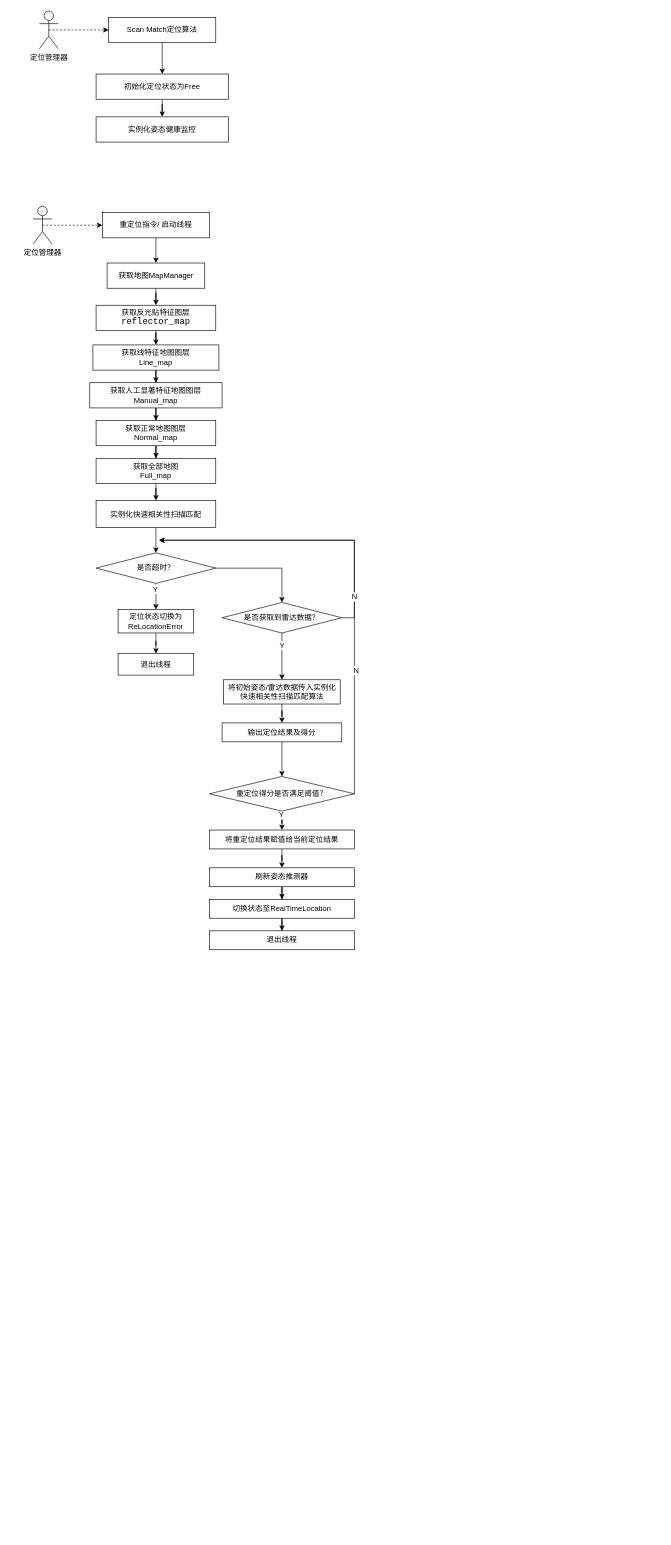
Above: page "Scan Match" (3 of 4) of 定位调用.drawio in sdu-rjy/doc (draw.io), before the change. Source tidied: cells renumbered, new cells numbered last; positions are measured from the earlier drawing's top-left corner, leaving out a move shared by most shapes. Both pictures are drawn from the tidied source at 63%, with x=0, y=0 at pixel (33, 11).
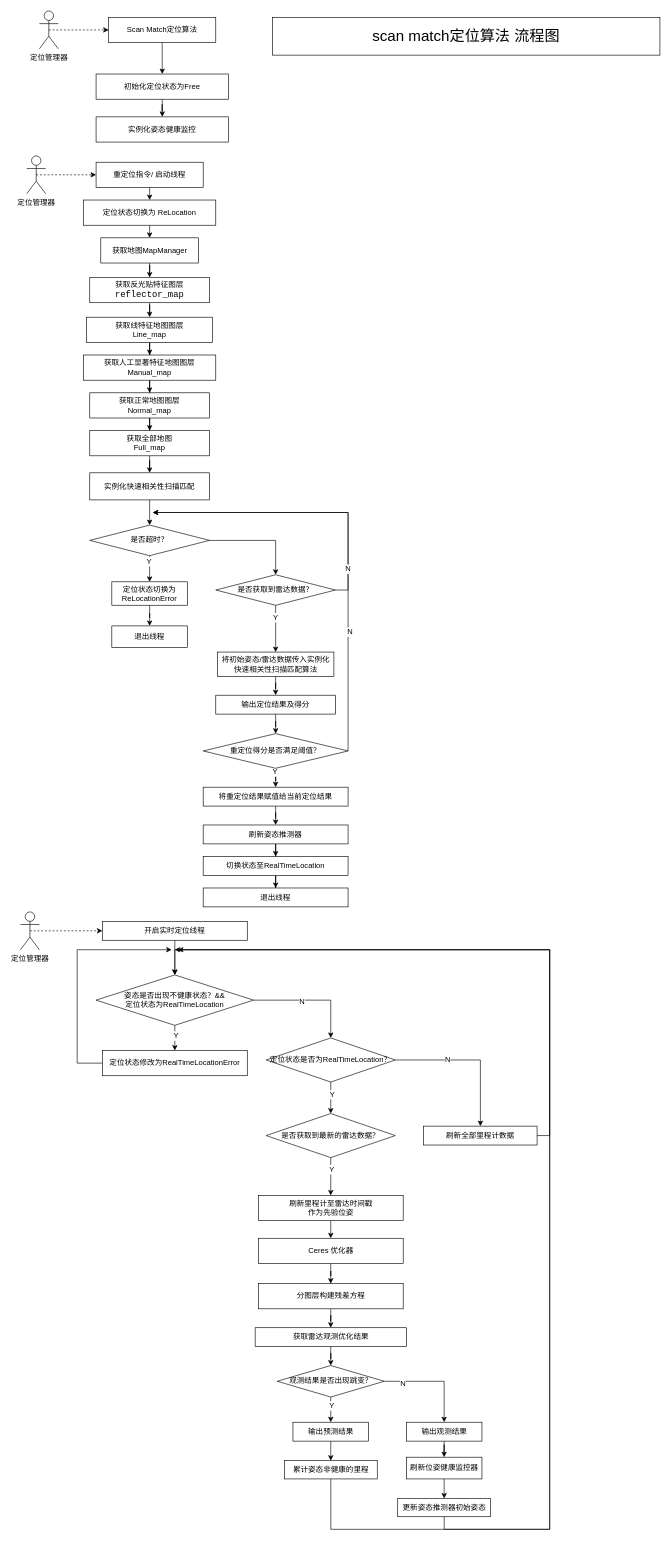
Above is the later version.

Change to the diagram source:
```diff
@@
     <mxCell id="2" style="edgeStyle=orthogonalEdgeStyle;rounded=0;jettySize=auto;html=1;exitX=1;exitY=0.5;exitDx=0;exitDy=0;fontFamily=Helvetica;fontSize=12;fontColor=default;" parent="1" edge="1" source="48">
       <mxGeometry relative="1" as="geometry">
-        <mxPoint x="200" y="840" as="targetPoint" />
+        <mxPoint x="190" y="796" as="targetPoint" />
         <Array as="points">
-          <mxPoint x="510" y="840" />
+          <mxPoint x="500" y="796" />
         </Array>
       </mxGeometry>
     </mxCell>
@@
     <mxCell id="13" value="定位管理器" style="shape=umlActor;verticalLabelPosition=bottom;verticalAlign=top;html=1;outlineConnect=0;" parent="1" vertex="1">
-      <mxGeometry y="310" width="30" height="60" as="geometry" />
+      <mxGeometry x="-10" y="230" width="30" height="60" as="geometry" />
     </mxCell>
-    <mxCell id="14" style="edgeStyle=orthogonalEdgeStyle;rounded=0;jettySize=auto;html=1;" parent="1" edge="1" source="15" target="17">
-      <mxGeometry relative="1" as="geometry" />
-    </mxCell>
+    <mxCell id="56" style="edgeStyle=orthogonalEdgeStyle;rounded=0;jettySize=auto;html=1;exitX=0.5;exitY=1;exitDx=0;exitDy=0;entryX=0.5;entryY=0;entryDx=0;entryDy=0;fontFamily=Helvetica;fontSize=12;fontColor=default;" parent="1" edge="1" source="15" target="103">
+      <mxGeometry relative="1" as="geometry" />
+    </mxCell>
     <mxCell id="15" value="重定位指令/ 启动线程" style="rounded=0;whiteSpace=wrap;html=1;" parent="1" vertex="1">
-      <mxGeometry x="110" y="320" width="170" height="40" as="geometry" />
+      <mxGeometry x="100" y="240" width="170" height="40" as="geometry" />
     </mxCell>
@@
     <mxCell id="17" value="获取地图MapManager" style="whiteSpace=wrap;html=1;rounded=0;" parent="1" vertex="1">
-      <mxGeometry x="117.5" y="400" width="155" height="40" as="geometry" />
+      <mxGeometry x="107.5" y="360" width="155" height="40" as="geometry" />
     </mxCell>
@@
     <mxCell id="19" value="获取反光贴特征图层&lt;font style=&quot;color: light-dark(rgb(0, 0, 0), rgb(25, 25, 20));&quot; face=&quot;Consolas, Courier New, monospace&quot;&gt;&lt;span style=&quot;font-size: 14px; white-space: pre;&quot;&gt;reflector_map&lt;/span&gt;&lt;/font&gt;" style="whiteSpace=wrap;html=1;rounded=0;" parent="1" vertex="1">
-      <mxGeometry x="100" y="467" width="190" height="40" as="geometry" />
+      <mxGeometry x="90" y="423" width="190" height="40" as="geometry" />
     </mxCell>
@@
     <mxCell id="21" value="获取线特征地图图层&lt;div&gt;Line_map&lt;/div&gt;" style="whiteSpace=wrap;html=1;rounded=0;" parent="1" vertex="1">
-      <mxGeometry x="95" y="530" width="200" height="40" as="geometry" />
+      <mxGeometry x="85" y="486" width="200" height="40" as="geometry" />
     </mxCell>
@@
     <mxCell id="23" value="获取人工显著特征地图图层&lt;div&gt;Manual_map&lt;/div&gt;" style="whiteSpace=wrap;html=1;rounded=0;" parent="1" vertex="1">
-      <mxGeometry x="90" y="590" width="210" height="40" as="geometry" />
+      <mxGeometry x="80" y="546" width="210" height="40" as="geometry" />
     </mxCell>
@@
     <mxCell id="25" value="获取正常地图图层&lt;div&gt;Normal_map&lt;/div&gt;" style="whiteSpace=wrap;html=1;rounded=0;" parent="1" vertex="1">
-      <mxGeometry x="100" y="650" width="190" height="40" as="geometry" />
+      <mxGeometry x="90" y="606" width="190" height="40" as="geometry" />
     </mxCell>
@@
     <mxCell id="27" value="获取全部地图&lt;div&gt;Full_map&lt;/div&gt;" style="whiteSpace=wrap;html=1;rounded=0;" parent="1" vertex="1">
-      <mxGeometry x="100" y="710" width="190" height="40" as="geometry" />
+      <mxGeometry x="90" y="666" width="190" height="40" as="geometry" />
     </mxCell>
@@
     <mxCell id="29" value="实例化快速相关性扫描匹配" style="rounded=0;whiteSpace=wrap;html=1;" parent="1" vertex="1">
-      <mxGeometry x="100" y="777" width="190" height="43" as="geometry" />
+      <mxGeometry x="90" y="733" width="190" height="43" as="geometry" />
     </mxCell>
@@
     <mxCell id="33" value="是否超时？" style="rhombus;whiteSpace=wrap;html=1;rounded=0;" parent="1" vertex="1">
-      <mxGeometry x="100" y="860" width="190" height="48.5" as="geometry" />
+      <mxGeometry x="90" y="816" width="190" height="48.5" as="geometry" />
     </mxCell>
@@
     <mxCell id="35" value="&lt;div&gt;定位状态切换为&lt;/div&gt;&lt;div&gt;ReLocationError&lt;/div&gt;" style="whiteSpace=wrap;html=1;rounded=0;" parent="1" vertex="1">
-      <mxGeometry x="135" y="950" width="120" height="37.2" as="geometry" />
+      <mxGeometry x="125" y="906" width="120" height="37.2" as="geometry" />
     </mxCell>
     <mxCell id="36" value="退出线程" style="whiteSpace=wrap;html=1;rounded=0;" parent="1" vertex="1">
-      <mxGeometry x="135" y="1020" width="120" height="34.1" as="geometry" />
+      <mxGeometry x="125" y="976" width="120" height="34.1" as="geometry" />
     </mxCell>
@@
     <mxCell id="39" style="edgeStyle=orthogonalEdgeStyle;rounded=0;jettySize=auto;html=1;exitX=1;exitY=0.5;exitDx=0;exitDy=0;fontFamily=Helvetica;fontSize=12;fontColor=default;" parent="1" edge="1" source="41">
       <mxGeometry relative="1" as="geometry">
-        <mxPoint x="200" y="840" as="targetPoint" />
+        <mxPoint x="190" y="796" as="targetPoint" />
         <Array as="points">
-          <mxPoint x="510" y="963" />
-          <mxPoint x="510" y="840" />
-          <mxPoint x="200" y="840" />
+          <mxPoint x="500" y="919" />
+          <mxPoint x="500" y="796" />
+          <mxPoint x="190" y="796" />
         </Array>
       </mxGeometry>
     </mxCell>
@@
     <mxCell id="41" value="是否获取到雷达数据？" style="rhombus;whiteSpace=wrap;html=1;rounded=0;" parent="1" vertex="1">
-      <mxGeometry x="300" y="938.8" width="190" height="48.5" as="geometry" />
+      <mxGeometry x="290" y="894.8" width="190" height="48.5" as="geometry" />
     </mxCell>
@@
     <mxCell id="43" value="将初始姿态/雷达数据传入实例化快速相关性扫描匹配算法" style="whiteSpace=wrap;html=1;rounded=0;" parent="1" vertex="1">
-      <mxGeometry x="302.5" y="1061.5" width="185" height="38.5" as="geometry" />
+      <mxGeometry x="292.5" y="1017.5" width="185" height="38.5" as="geometry" />
     </mxCell>
@@
     <mxCell id="45" value="输出定位结果及得分" style="rounded=0;whiteSpace=wrap;html=1;" parent="1" vertex="1">
-      <mxGeometry x="300" y="1130" width="190" height="30" as="geometry" />
+      <mxGeometry x="290" y="1086" width="190" height="30" as="geometry" />
     </mxCell>
@@
     <mxCell id="48" value="重定位得分是否满足阈值？" style="rhombus;whiteSpace=wrap;html=1;rounded=0;" parent="1" vertex="1">
-      <mxGeometry x="280" y="1215" width="230" height="55" as="geometry" />
+      <mxGeometry x="270" y="1147" width="230" height="55" as="geometry" />
     </mxCell>
@@
     <mxCell id="50" value="将重定位结果赋值给当前定位结果" style="rounded=0;whiteSpace=wrap;html=1;" parent="1" vertex="1">
-      <mxGeometry x="280" y="1300" width="230" height="30" as="geometry" />
+      <mxGeometry x="270" y="1232" width="230" height="30" as="geometry" />
     </mxCell>
@@
     <mxCell id="52" value="刷新姿态推测器" style="whiteSpace=wrap;html=1;rounded=0;" parent="1" vertex="1">
-      <mxGeometry x="280" y="1360" width="230" height="30" as="geometry" />
+      <mxGeometry x="270" y="1292" width="230" height="30" as="geometry" />
     </mxCell>
@@
     <mxCell id="54" value="切换状态至RealTimeLocation" style="rounded=0;whiteSpace=wrap;html=1;" parent="1" vertex="1">
-      <mxGeometry x="280" y="1410" width="230" height="30" as="geometry" />
+      <mxGeometry x="270" y="1342" width="230" height="30" as="geometry" />
     </mxCell>
     <mxCell id="55" value="退出线程" style="whiteSpace=wrap;html=1;rounded=0;" parent="1" vertex="1">
-      <mxGeometry x="280" y="1460" width="230" height="30" as="geometry" />
+      <mxGeometry x="270" y="1392" width="230" height="30" as="geometry" />
     </mxCell>
+    <mxCell id="57" style="edgeStyle=orthogonalEdgeStyle;rounded=0;jettySize=auto;html=1;exitX=0.5;exitY=0.5;exitDx=0;exitDy=0;exitPerimeter=0;fontFamily=Helvetica;fontSize=12;fontColor=default;dashed=1;" parent="1" edge="1" source="58" target="60">
+      <mxGeometry relative="1" as="geometry" />
+    </mxCell>
+    <mxCell id="58" value="定位管理器" style="shape=umlActor;verticalLabelPosition=bottom;verticalAlign=top;html=1;outlineConnect=0;" parent="1" vertex="1">
+      <mxGeometry x="-20" y="1430" width="30" height="60" as="geometry" />
+    </mxCell>
+    <mxCell id="59" style="edgeStyle=orthogonalEdgeStyle;rounded=0;jettySize=auto;html=1;fontFamily=Helvetica;fontSize=12;fontColor=default;" parent="1" edge="1" source="60" target="65">
+      <mxGeometry relative="1" as="geometry" />
+    </mxCell>
+    <mxCell id="60" value="开启实时定位线程" style="whiteSpace=wrap;html=1;rounded=0;" parent="1" vertex="1">
+      <mxGeometry x="110" y="1445" width="230" height="30" as="geometry" />
+    </mxCell>
+    <mxCell id="61" style="edgeStyle=orthogonalEdgeStyle;rounded=0;jettySize=auto;html=1;fontFamily=Helvetica;fontSize=12;fontColor=default;" parent="1" edge="1" source="65" target="67">
+      <mxGeometry relative="1" as="geometry" />
+    </mxCell>
+    <mxCell id="62" value="Y" style="edgeLabel;html=1;align=center;verticalAlign=middle;rounded=0;strokeColor=default;fontFamily=Helvetica;fontSize=12;fontColor=default;fillColor=default;" parent="61" vertex="1">
+      <mxGeometry x="-0.19" y="1" relative="1" as="geometry" />
+    </mxCell>
+    <mxCell id="63" style="edgeStyle=orthogonalEdgeStyle;rounded=0;jettySize=auto;html=1;fontFamily=Helvetica;fontSize=12;fontColor=default;" parent="1" edge="1" source="65" target="72">
+      <mxGeometry relative="1" as="geometry" />
+    </mxCell>
+    <mxCell id="64" value="N" style="edgeLabel;html=1;align=center;verticalAlign=middle;rounded=0;strokeColor=default;fontFamily=Helvetica;fontSize=12;fontColor=default;fillColor=default;" parent="63" vertex="1">
+      <mxGeometry x="-0.17" y="-2" relative="1" as="geometry" />
+    </mxCell>
+    <mxCell id="65" value="&lt;div&gt;姿态是否出现不健康状态？&amp;amp;&amp;amp;&lt;/div&gt;&lt;div&gt;定位状态为RealTimeLocation&lt;/div&gt;" style="rhombus;whiteSpace=wrap;html=1;rounded=0;" parent="1" vertex="1">
+      <mxGeometry x="100" y="1530" width="250" height="80" as="geometry" />
+    </mxCell>
+    <mxCell id="66" style="edgeStyle=orthogonalEdgeStyle;rounded=0;jettySize=auto;html=1;exitX=0;exitY=0.5;exitDx=0;exitDy=0;fontFamily=Helvetica;fontSize=12;fontColor=default;" parent="1" edge="1" source="67">
+      <mxGeometry relative="1" as="geometry">
+        <mxPoint x="220" y="1490" as="targetPoint" />
+        <Array as="points">
+          <mxPoint x="70" y="1670" />
+          <mxPoint x="70" y="1490" />
+        </Array>
+      </mxGeometry>
+    </mxCell>
+    <mxCell id="67" value="定位状态修改为RealTimeLocationError" style="rounded=0;whiteSpace=wrap;html=1;" parent="1" vertex="1">
+      <mxGeometry x="110" y="1650" width="230" height="40" as="geometry" />
+    </mxCell>
+    <mxCell id="68" style="edgeStyle=orthogonalEdgeStyle;rounded=0;jettySize=auto;html=1;exitX=0.5;exitY=1;exitDx=0;exitDy=0;entryX=0.5;entryY=0;entryDx=0;entryDy=0;fontFamily=Helvetica;fontSize=12;fontColor=default;" parent="1" edge="1" source="72" target="75">
+      <mxGeometry relative="1" as="geometry" />
+    </mxCell>
+    <mxCell id="69" value="Y" style="edgeLabel;html=1;align=center;verticalAlign=middle;rounded=0;strokeColor=default;fontFamily=Helvetica;fontSize=12;fontColor=default;fillColor=default;" parent="68" vertex="1">
+      <mxGeometry x="-0.24" y="2" relative="1" as="geometry" />
+    </mxCell>
+    <mxCell id="70" style="edgeStyle=orthogonalEdgeStyle;rounded=0;jettySize=auto;html=1;fontFamily=Helvetica;fontSize=12;fontColor=default;" parent="1" edge="1" source="72" target="100">
+      <mxGeometry relative="1" as="geometry" />
+    </mxCell>
+    <mxCell id="71" value="N" style="edgeLabel;html=1;align=center;verticalAlign=middle;rounded=0;strokeColor=default;fontFamily=Helvetica;fontSize=12;fontColor=default;fillColor=default;" parent="70" vertex="1">
+      <mxGeometry x="-0.32" y="2" relative="1" as="geometry" />
+    </mxCell>
+    <mxCell id="72" value="定位状态是否为RealTimeLocation？" style="rhombus;whiteSpace=wrap;html=1;rounded=0;" parent="1" vertex="1">
+      <mxGeometry x="370" y="1630" width="205" height="70" as="geometry" />
+    </mxCell>
+    <mxCell id="73" style="edgeStyle=orthogonalEdgeStyle;rounded=0;jettySize=auto;html=1;fontFamily=Helvetica;fontSize=12;fontColor=default;" parent="1" edge="1" source="75" target="77">
+      <mxGeometry relative="1" as="geometry" />
+    </mxCell>
+    <mxCell id="74" value="Y" style="edgeLabel;html=1;align=center;verticalAlign=middle;rounded=0;strokeColor=default;fontFamily=Helvetica;fontSize=12;fontColor=default;fillColor=default;" parent="73" vertex="1">
+      <mxGeometry x="-0.4" y="1" relative="1" as="geometry" />
+    </mxCell>
+    <mxCell id="75" value="是否获取到最新的雷达数据？" style="rhombus;whiteSpace=wrap;html=1;rounded=0;" parent="1" vertex="1">
+      <mxGeometry x="370" y="1750" width="205" height="70" as="geometry" />
+    </mxCell>
+    <mxCell id="76" style="edgeStyle=orthogonalEdgeStyle;rounded=0;jettySize=auto;html=1;exitX=0.5;exitY=1;exitDx=0;exitDy=0;entryX=0.5;entryY=0;entryDx=0;entryDy=0;fontFamily=Helvetica;fontSize=12;fontColor=default;" parent="1" edge="1" source="77" target="79">
+      <mxGeometry relative="1" as="geometry" />
+    </mxCell>
+    <mxCell id="77" value="&lt;div&gt;刷新里程计至雷达时间戳&lt;/div&gt;&lt;div&gt;作为先验位姿&lt;/div&gt;" style="whiteSpace=wrap;html=1;rounded=0;" parent="1" vertex="1">
+      <mxGeometry x="357.5" y="1880" width="230" height="40" as="geometry" />
+    </mxCell>
+    <mxCell id="78" style="edgeStyle=orthogonalEdgeStyle;rounded=0;jettySize=auto;html=1;fontFamily=Helvetica;fontSize=12;fontColor=default;" parent="1" edge="1" source="79" target="81">
+      <mxGeometry relative="1" as="geometry" />
+    </mxCell>
+    <mxCell id="79" value="Ceres 优化器" style="whiteSpace=wrap;html=1;rounded=0;" parent="1" vertex="1">
+      <mxGeometry x="357.5" y="1948" width="230" height="40" as="geometry" />
+    </mxCell>
+    <mxCell id="80" style="edgeStyle=orthogonalEdgeStyle;rounded=0;jettySize=auto;html=1;fontFamily=Helvetica;fontSize=12;fontColor=default;" parent="1" edge="1" source="81" target="83">
+      <mxGeometry relative="1" as="geometry" />
+    </mxCell>
+    <mxCell id="81" value="分图层构建残差方程" style="whiteSpace=wrap;html=1;rounded=0;" parent="1" vertex="1">
+      <mxGeometry x="357.5" y="2020" width="230" height="40" as="geometry" />
+    </mxCell>
+    <mxCell id="82" style="edgeStyle=orthogonalEdgeStyle;rounded=0;jettySize=auto;html=1;fontFamily=Helvetica;fontSize=12;fontColor=default;" parent="1" edge="1" source="83" target="88">
+      <mxGeometry relative="1" as="geometry" />
+    </mxCell>
+    <mxCell id="83" value="获取雷达观测优化结果" style="whiteSpace=wrap;html=1;rounded=0;" parent="1" vertex="1">
+      <mxGeometry x="352.5" y="2090" width="240" height="30" as="geometry" />
+    </mxCell>
+    <mxCell id="84" style="edgeStyle=orthogonalEdgeStyle;rounded=0;jettySize=auto;html=1;fontFamily=Helvetica;fontSize=12;fontColor=default;" parent="1" edge="1" source="88" target="90">
+      <mxGeometry relative="1" as="geometry" />
+    </mxCell>
+    <mxCell id="85" value="Y" style="edgeLabel;html=1;align=center;verticalAlign=middle;rounded=0;strokeColor=default;fontFamily=Helvetica;fontSize=12;fontColor=default;fillColor=default;" parent="84" vertex="1">
+      <mxGeometry x="-0.36" y="1" relative="1" as="geometry" />
+    </mxCell>
+    <mxCell id="86" style="edgeStyle=orthogonalEdgeStyle;rounded=0;jettySize=auto;html=1;fontFamily=Helvetica;fontSize=12;fontColor=default;" parent="1" edge="1" source="88" target="94">
+      <mxGeometry relative="1" as="geometry" />
+    </mxCell>
+    <mxCell id="87" value="N" style="edgeLabel;html=1;align=center;verticalAlign=middle;rounded=0;strokeColor=default;fontFamily=Helvetica;fontSize=12;fontColor=default;fillColor=default;" parent="86" vertex="1">
+      <mxGeometry x="-0.64" y="-3" relative="1" as="geometry" />
+    </mxCell>
+    <mxCell id="88" value="观测结果是否出现跳变？" style="rhombus;whiteSpace=wrap;html=1;rounded=0;" parent="1" vertex="1">
+      <mxGeometry x="387.5" y="2150" width="170" height="50" as="geometry" />
+    </mxCell>
+    <mxCell id="89" style="edgeStyle=orthogonalEdgeStyle;rounded=0;jettySize=auto;html=1;fontFamily=Helvetica;fontSize=12;fontColor=default;" parent="1" edge="1" source="90" target="92">
+      <mxGeometry relative="1" as="geometry" />
+    </mxCell>
+    <mxCell id="90" value="输出预测结果" style="whiteSpace=wrap;html=1;rounded=0;" parent="1" vertex="1">
+      <mxGeometry x="412.5" y="2240" width="120" height="30" as="geometry" />
+    </mxCell>
+    <mxCell id="91" style="edgeStyle=orthogonalEdgeStyle;rounded=0;jettySize=auto;html=1;exitX=0.5;exitY=1;exitDx=0;exitDy=0;entryX=0.5;entryY=0;entryDx=0;entryDy=0;fontFamily=Helvetica;fontSize=12;fontColor=default;" parent="1" edge="1" source="92" target="65">
+      <mxGeometry relative="1" as="geometry">
+        <Array as="points">
+          <mxPoint x="473" y="2410" />
+          <mxPoint x="820" y="2410" />
+          <mxPoint x="820" y="1490" />
+          <mxPoint x="225" y="1490" />
+        </Array>
+      </mxGeometry>
+    </mxCell>
+    <mxCell id="92" value="累计姿态非健康的里程" style="whiteSpace=wrap;html=1;rounded=0;" parent="1" vertex="1">
+      <mxGeometry x="398.8" y="2301" width="147.5" height="29" as="geometry" />
+    </mxCell>
+    <mxCell id="93" style="edgeStyle=orthogonalEdgeStyle;rounded=0;jettySize=auto;html=1;fontFamily=Helvetica;fontSize=12;fontColor=default;" parent="1" edge="1" source="94" target="96">
+      <mxGeometry relative="1" as="geometry" />
+    </mxCell>
+    <mxCell id="94" value="输出观测结果" style="whiteSpace=wrap;html=1;rounded=0;" parent="1" vertex="1">
+      <mxGeometry x="592.5" y="2240" width="120" height="30" as="geometry" />
+    </mxCell>
+    <mxCell id="95" style="edgeStyle=orthogonalEdgeStyle;rounded=0;jettySize=auto;html=1;fontFamily=Helvetica;fontSize=12;fontColor=default;" parent="1" edge="1" source="96" target="98">
+      <mxGeometry relative="1" as="geometry" />
+    </mxCell>
+    <mxCell id="96" value="刷新位姿健康监控器" style="rounded=0;whiteSpace=wrap;html=1;" parent="1" vertex="1">
+      <mxGeometry x="592.5" y="2295.5" width="120" height="34.5" as="geometry" />
+    </mxCell>
+    <mxCell id="97" style="edgeStyle=orthogonalEdgeStyle;rounded=0;jettySize=auto;html=1;exitX=0.5;exitY=1;exitDx=0;exitDy=0;fontFamily=Helvetica;fontSize=12;fontColor=default;" parent="1" edge="1" source="98">
+      <mxGeometry relative="1" as="geometry">
+        <mxPoint x="225" y="1490" as="targetPoint" />
+        <Array as="points">
+          <mxPoint x="652" y="2410" />
+          <mxPoint x="820" y="2410" />
+          <mxPoint x="820" y="1490" />
+        </Array>
+      </mxGeometry>
+    </mxCell>
+    <mxCell id="98" value="更新姿态推测器初始姿态" style="whiteSpace=wrap;html=1;rounded=0;" parent="1" vertex="1">
+      <mxGeometry x="578.8" y="2361" width="147.5" height="29" as="geometry" />
+    </mxCell>
+    <mxCell id="99" style="edgeStyle=orthogonalEdgeStyle;rounded=0;jettySize=auto;html=1;exitX=1;exitY=0.5;exitDx=0;exitDy=0;fontFamily=Helvetica;fontSize=12;fontColor=default;" parent="1" edge="1" source="100">
+      <mxGeometry relative="1" as="geometry">
+        <mxPoint x="230" y="1490" as="targetPoint" />
+        <Array as="points">
+          <mxPoint x="820" y="1785" />
+          <mxPoint x="820" y="1490" />
+        </Array>
+      </mxGeometry>
+    </mxCell>
+    <mxCell id="100" value="刷新全部里程计数据" style="whiteSpace=wrap;html=1;rounded=0;" parent="1" vertex="1">
+      <mxGeometry x="620" y="1770" width="180" height="30" as="geometry" />
+    </mxCell>
+    <mxCell id="101" style="edgeStyle=orthogonalEdgeStyle;rounded=0;orthogonalLoop=1;jettySize=auto;html=1;exitX=0.5;exitY=1;exitDx=0;exitDy=0;fontFamily=Helvetica;fontSize=12;fontColor=default;" parent="1" edge="1" source="100" target="100">
+      <mxGeometry relative="1" as="geometry" />
+    </mxCell>
+    <mxCell id="102" style="edgeStyle=orthogonalEdgeStyle;rounded=0;jettySize=auto;html=1;exitX=0.5;exitY=1;exitDx=0;exitDy=0;entryX=0.5;entryY=0;entryDx=0;entryDy=0;fontFamily=Helvetica;fontSize=12;fontColor=default;" parent="1" edge="1" source="103" target="17">
+      <mxGeometry relative="1" as="geometry" />
+    </mxCell>
+    <mxCell id="103" value="&lt;div&gt;定位状态切换为&amp;nbsp;&lt;span style=&quot;background-color: transparent; color: light-dark(rgb(0, 0, 0), rgb(255, 255, 255));&quot;&gt;ReLocation&lt;/span&gt;&lt;/div&gt;" style="whiteSpace=wrap;html=1;rounded=0;" parent="1" vertex="1">
+      <mxGeometry x="80" y="300" width="210" height="40" as="geometry" />
+    </mxCell>
+    <mxCell id="104" value="&lt;font style=&quot;font-size: 24px;&quot;&gt;scan match定位算法 流程图&lt;/font&gt;" style="rounded=0;whiteSpace=wrap;html=1;strokeColor=default;align=center;verticalAlign=middle;fontFamily=Helvetica;fontSize=12;fontColor=default;fillColor=default;" parent="1" vertex="1">
+      <mxGeometry x="380" y="10" width="615" height="60" as="geometry" />
+    </mxCell>
```
